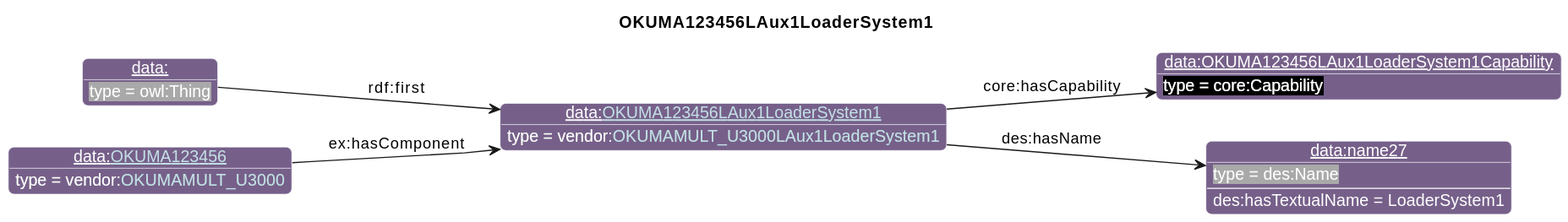
Before: diagrams/OKUMA123456LAux1LoaderSystem1.svg, a diagram exported from PlantUML (iofoundry/example-syseng-mtconnect).
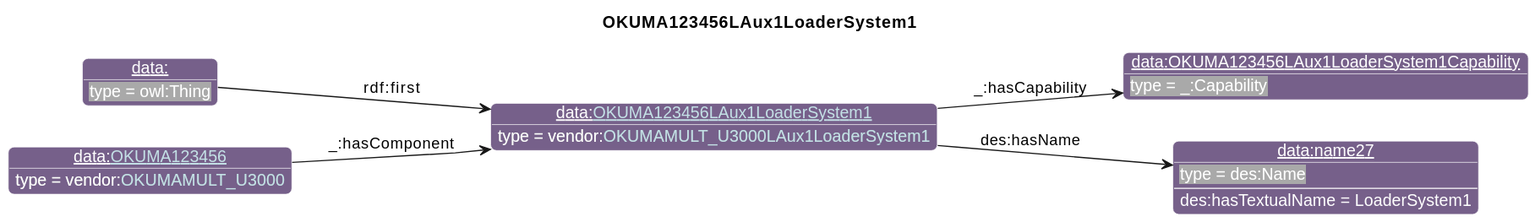
Later version of the same file.

The edit, as a diff of the source:
```diff
@@ -26,13 +26,13 @@
                       "qp":"641B2E"
       }
 individual(o0, data:[[./OKUMA123456LAux1LoaderSystem1.html OKUMA123456LAux1LoaderSystem1]], vendor:[[../OKUMA.html#OKUMAMULT_U3000LAux1LoaderSystem1 OKUMAMULT_U3000LAux1LoaderSystem1]])
-individual(o1, data:OKUMA123456LAux1LoaderSystem1Capability, core:Capability)
+individual(o1, data:OKUMA123456LAux1LoaderSystem1Capability, _:Capability)
 individual(o2, data:name27, des:Name)
 individual(o3, data:, owl:Thing)
 individual(o4, data:[[./OKUMA123456.html OKUMA123456]], vendor:[[../OKUMA.html#OKUMAMULT_U3000 OKUMAMULT_U3000]])
-property(o0, "core:hasCapability", o1)
+property(o0, "_:hasCapability", o1)
 property(o0, "des:hasName", o2)
 data(o2, "des:hasTextualName", "LoaderSystem1")
 property(o3, "rdf:first", o0)
-property(o4, "ex:hasComponent", o0)
+property(o4, "_:hasComponent", o0)
 @enduml
```
